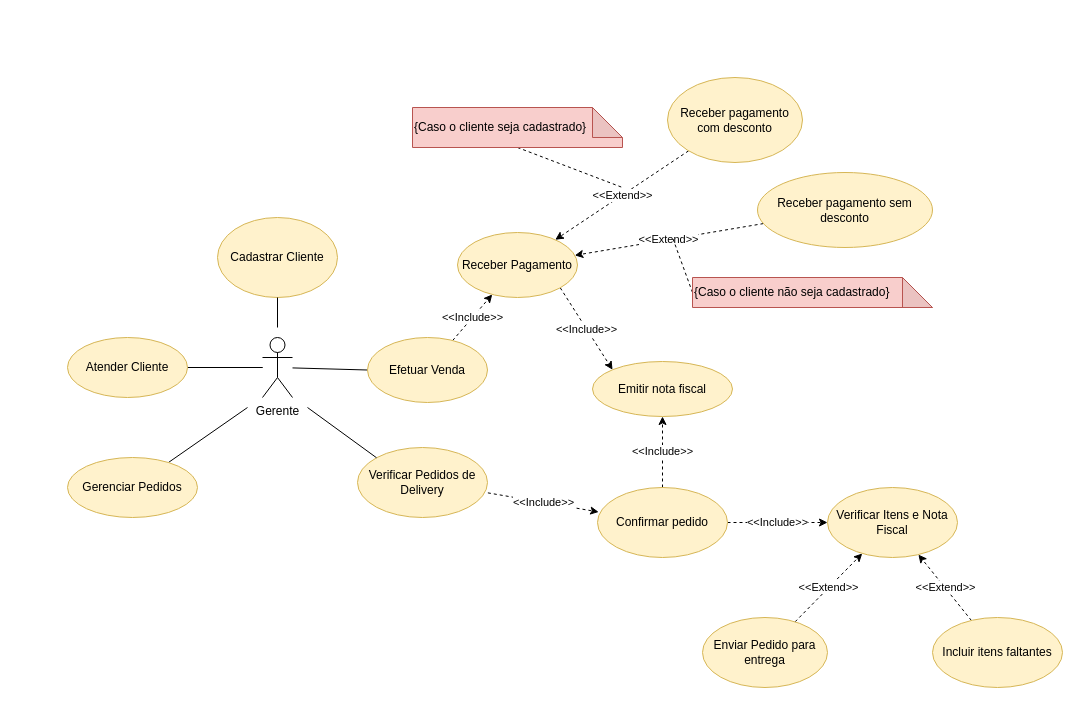
The draw.io diagram Untitled Diagram.drawio in voteprogramablz/bpp_corp, before the edit. Source tidied: cells renumbered, new cells numbered last; positions are measured from the earlier drawing's top-left corner, leaving out a move shared by most shapes. Both pictures are drawn from the tidied source at 100%, with x=0, y=0 at pixel (67, 77).
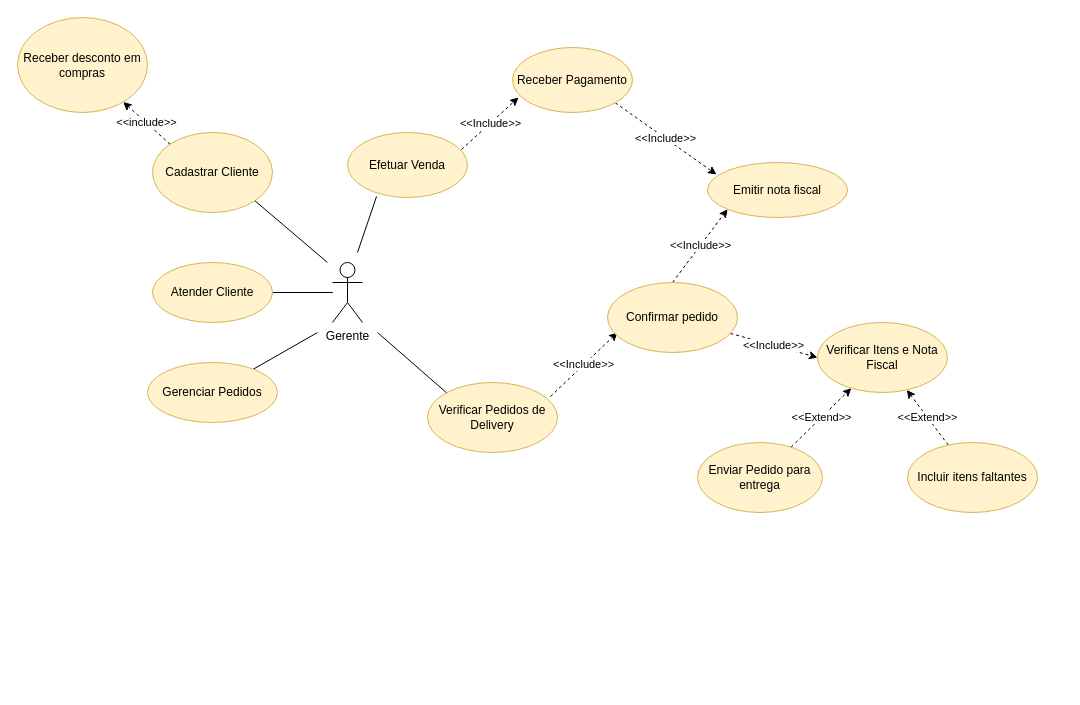
The same diagram, later.

What changed in the source:
```diff
@@
     <mxCell id="2" value="Cadastrar Cliente" style="ellipse;whiteSpace=wrap;html=1;fillColor=#fff2cc;strokeColor=#d6b656;" parent="1" vertex="1">
-      <mxGeometry x="150" y="140" width="120" height="80" as="geometry" />
+      <mxGeometry x="85" y="55" width="120" height="80" as="geometry" />
     </mxCell>
-    <mxCell id="3" value="&amp;lt;&amp;lt;Include&amp;gt;&amp;gt;" style="edgeStyle=none;rounded=0;jettySize=auto;html=1;exitX=1.003;exitY=0.648;exitDx=0;exitDy=0;entryX=0.009;entryY=0.35;entryDx=0;entryDy=0;dashed=1;startArrow=none;startFill=0;endArrow=classic;endFill=1;exitPerimeter=0;entryPerimeter=0;" parent="1" edge="1" source="4" target="28">
-      <mxGeometry relative="1" as="geometry" />
+    <mxCell id="3" value="&amp;lt;&amp;lt;Include&amp;gt;&amp;gt;" style="edgeStyle=none;rounded=0;jettySize=auto;html=1;exitX=0.946;exitY=0.2;exitDx=0;exitDy=0;dashed=1;startArrow=none;startFill=0;endArrow=classic;endFill=1;exitPerimeter=0;" parent="1" edge="1" source="4">
+      <mxGeometry relative="1" as="geometry">
+        <mxPoint x="550" y="255" as="targetPoint" />
+      </mxGeometry>
     </mxCell>
     <mxCell id="4" value="Verificar Pedidos de Delivery" style="ellipse;whiteSpace=wrap;html=1;fillColor=#fff2cc;strokeColor=#d6b656;" parent="1" vertex="1">
-      <mxGeometry x="290" y="370" width="130" height="70" as="geometry" />
+      <mxGeometry x="360" y="305" width="130" height="70" as="geometry" />
     </mxCell>
@@
     <mxCell id="7" value="Verificar Itens e Nota Fiscal" style="ellipse;whiteSpace=wrap;html=1;fillColor=#fff2cc;strokeColor=#d6b656;" parent="1" vertex="1">
-      <mxGeometry x="760" y="410" width="130" height="70" as="geometry" />
+      <mxGeometry x="750" y="245" width="130" height="70" as="geometry" />
     </mxCell>
     <mxCell id="8" value="Emitir nota fiscal" style="ellipse;whiteSpace=wrap;html=1;fillColor=#fff2cc;strokeColor=#d6b656;" parent="1" vertex="1">
-      <mxGeometry x="525" y="284" width="140" height="55" as="geometry" />
+      <mxGeometry x="640" y="85" width="140" height="55" as="geometry" />
     </mxCell>
-    <mxCell id="9" style="rounded=0;jettySize=auto;html=1;entryX=0.5;entryY=1;entryDx=0;entryDy=0;endArrow=none;endFill=0;" parent="1" edge="1" target="2">
+    <mxCell id="9" style="rounded=0;jettySize=auto;html=1;entryX=1;entryY=1;entryDx=0;entryDy=0;endArrow=none;endFill=0;" parent="1" edge="1" target="2">
       <mxGeometry relative="1" as="geometry">
-        <mxPoint x="210" y="250" as="sourcePoint" />
+        <mxPoint x="260" y="185" as="sourcePoint" />
       </mxGeometry>
     </mxCell>
-    <mxCell id="10" style="edgeStyle=none;rounded=0;jettySize=auto;html=1;endArrow=none;endFill=0;entryX=0;entryY=0.5;entryDx=0;entryDy=0;" parent="1" edge="1" source="13" target="16">
-      <mxGeometry relative="1" as="geometry" />
+    <mxCell id="10" style="edgeStyle=none;rounded=0;jettySize=auto;html=1;endArrow=none;endFill=0;entryX=0.242;entryY=0.985;entryDx=0;entryDy=0;entryPerimeter=0;" parent="1" edge="1" target="16">
+      <mxGeometry relative="1" as="geometry">
+        <mxPoint x="290" y="175" as="sourcePoint" />
+      </mxGeometry>
     </mxCell>
     <mxCell id="11" style="edgeStyle=none;rounded=0;jettySize=auto;html=1;entryX=0;entryY=0;entryDx=0;entryDy=0;endArrow=none;endFill=0;" parent="1" edge="1" target="4">
       <mxGeometry relative="1" as="geometry">
-        <mxPoint x="240" y="330" as="sourcePoint" />
+        <mxPoint x="310" y="255" as="sourcePoint" />
       </mxGeometry>
     </mxCell>
     <mxCell id="12" style="edgeStyle=none;rounded=0;jettySize=auto;html=1;startArrow=none;startFill=0;endArrow=none;endFill=0;" parent="1" edge="1" target="32">
       <mxGeometry relative="1" as="geometry">
-        <mxPoint x="180" y="330" as="sourcePoint" />
+        <mxPoint x="250" y="255" as="sourcePoint" />
       </mxGeometry>
     </mxCell>
     <mxCell id="13" value="Gerente" style="shape=umlActor;verticalLabelPosition=bottom;verticalAlign=top;html=1;outlineConnect=0;" parent="1" vertex="1">
-      <mxGeometry x="195" y="260" width="30" height="60" as="geometry" />
+      <mxGeometry x="265" y="185" width="30" height="60" as="geometry" />
     </mxCell>
-    <mxCell id="14" value="&amp;lt;&amp;lt;Include&amp;gt;&amp;gt;" style="edgeStyle=none;rounded=0;jettySize=auto;html=1;exitX=1;exitY=1;exitDx=0;exitDy=0;entryX=0;entryY=0;entryDx=0;entryDy=0;endArrow=classic;endFill=1;dashed=1;" parent="1" edge="1" source="19" target="8">
+    <mxCell id="14" value="&amp;lt;&amp;lt;Include&amp;gt;&amp;gt;" style="edgeStyle=none;rounded=0;jettySize=auto;html=1;exitX=1;exitY=1;exitDx=0;exitDy=0;entryX=0.064;entryY=0.218;entryDx=0;entryDy=0;endArrow=classic;endFill=1;dashed=1;entryPerimeter=0;" parent="1" edge="1" source="19" target="8">
       <mxGeometry relative="1" as="geometry" />
     </mxCell>
-    <mxCell id="15" value="&amp;lt;&amp;lt;Include&amp;gt;&amp;gt;" style="edgeStyle=none;rounded=0;jettySize=auto;html=1;dashed=1;endArrow=classic;endFill=1;" parent="1" edge="1" source="16" target="19">
+    <mxCell id="15" value="&amp;lt;&amp;lt;Include&amp;gt;&amp;gt;" style="edgeStyle=none;rounded=0;jettySize=auto;html=1;dashed=1;endArrow=classic;endFill=1;exitX=0.95;exitY=0.262;exitDx=0;exitDy=0;exitPerimeter=0;entryX=0.05;entryY=0.769;entryDx=0;entryDy=0;entryPerimeter=0;" parent="1" edge="1" source="16" target="19">
       <mxGeometry relative="1" as="geometry" />
     </mxCell>
     <mxCell id="16" value="Efetuar Venda" style="ellipse;whiteSpace=wrap;html=1;fillColor=#fff2cc;strokeColor=#d6b656;" parent="1" vertex="1">
-      <mxGeometry x="300" y="260" width="120" height="65" as="geometry" />
+      <mxGeometry x="280" y="55" width="120" height="65" as="geometry" />
     </mxCell>
-    <mxCell id="17" value="&amp;lt;&amp;lt;Extend&amp;gt;&amp;gt;" style="edgeStyle=none;rounded=0;jettySize=auto;html=1;dashed=1;endArrow=classic;endFill=1;" parent="1" edge="1" source="20" target="19">
-      <mxGeometry relative="1" as="geometry" />
-    </mxCell>
-    <mxCell id="18" value="&amp;lt;&amp;lt;Extend&amp;gt;&amp;gt;" style="edgeStyle=none;rounded=0;jettySize=auto;html=1;dashed=1;endArrow=classic;endFill=1;" parent="1" edge="1" source="21" target="19">
+    <mxCell id="18" value="&amp;lt;&amp;lt;include&amp;gt;&amp;gt;" style="edgeStyle=none;rounded=0;jettySize=auto;html=1;dashed=1;endArrow=classic;endFill=1;exitX=0;exitY=0;exitDx=0;exitDy=0;" parent="1" edge="1" source="2" target="21">
       <mxGeometry relative="1" as="geometry" />
     </mxCell>
     <mxCell id="19" value="Receber Pagamento" style="ellipse;whiteSpace=wrap;html=1;fillColor=#fff2cc;strokeColor=#d6b656;" parent="1" vertex="1">
-      <mxGeometry x="390" y="155" width="120" height="65" as="geometry" />
+      <mxGeometry x="445" y="-30" width="120" height="65" as="geometry" />
     </mxCell>
-    <mxCell id="20" value="Receber pagamento com desconto" style="ellipse;whiteSpace=wrap;html=1;fillColor=#fff2cc;strokeColor=#d6b656;" parent="1" vertex="1">
-      <mxGeometry x="600" width="135" height="85" as="geometry" />
-    </mxCell>
-    <mxCell id="21" value="Receber pagamento sem desconto" style="ellipse;whiteSpace=wrap;html=1;fillColor=#fff2cc;strokeColor=#d6b656;" parent="1" vertex="1">
-      <mxGeometry x="690" y="95" width="175" height="75" as="geometry" />
+    <mxCell id="21" value="Receber desconto em compras" style="ellipse;whiteSpace=wrap;html=1;fillColor=#fff2cc;strokeColor=#d6b656;" parent="1" vertex="1">
+      <mxGeometry x="-50" y="-60" width="130" height="95" as="geometry" />
     </mxCell>
-    <mxCell id="22" style="edgeStyle=none;rounded=0;jettySize=auto;html=1;exitX=0.5;exitY=1;exitDx=0;exitDy=0;exitPerimeter=0;dashed=1;endArrow=none;endFill=0;" parent="1" edge="1" source="23">
-      <mxGeometry relative="1" as="geometry">
-        <mxPoint x="555" y="110" as="targetPoint" />
-      </mxGeometry>
-    </mxCell>
-    <mxCell id="23" value="{Caso o cliente seja cadastrado}" style="shape=note;whiteSpace=wrap;html=1;backgroundOutline=1;darkOpacity=0.05;fillColor=#f8cecc;strokeColor=#b85450;align=left;verticalAlign=middle;" parent="1" vertex="1">
-      <mxGeometry x="345" y="30" width="210" height="40" as="geometry" />
-    </mxCell>
-    <mxCell id="24" style="edgeStyle=none;rounded=0;jettySize=auto;html=1;exitX=0;exitY=0.5;exitDx=0;exitDy=0;exitPerimeter=0;dashed=1;endArrow=none;endFill=0;" parent="1" edge="1" source="25">
-      <mxGeometry relative="1" as="geometry">
-        <mxPoint x="605" y="160" as="targetPoint" />
-      </mxGeometry>
-    </mxCell>
-    <mxCell id="25" value="{Caso o cliente não seja cadastrado}" style="shape=note;whiteSpace=wrap;html=1;backgroundOutline=1;darkOpacity=0.05;fillColor=#f8cecc;strokeColor=#b85450;align=left;" parent="1" vertex="1">
-      <mxGeometry x="625" y="200" width="240" height="30" as="geometry" />
-    </mxCell>
-    <mxCell id="26" value="&amp;lt;&amp;lt;Include&amp;gt;&amp;gt;" style="edgeStyle=none;rounded=0;jettySize=auto;html=1;exitX=0.5;exitY=0;exitDx=0;exitDy=0;dashed=1;endArrow=classic;endFill=1;entryX=0.5;entryY=1;entryDx=0;entryDy=0;" parent="1" edge="1" source="28" target="8">
+    <mxCell id="26" value="&amp;lt;&amp;lt;Include&amp;gt;&amp;gt;" style="edgeStyle=none;rounded=0;jettySize=auto;html=1;exitX=0.5;exitY=0;exitDx=0;exitDy=0;dashed=1;endArrow=classic;endFill=1;entryX=0;entryY=1;entryDx=0;entryDy=0;" parent="1" edge="1" source="28" target="8">
       <mxGeometry relative="1" as="geometry" />
     </mxCell>
-    <mxCell id="27" value="&amp;lt;&amp;lt;Include&amp;gt;&amp;gt;" style="edgeStyle=none;rounded=0;jettySize=auto;html=1;exitX=1;exitY=0.5;exitDx=0;exitDy=0;entryX=0;entryY=0.5;entryDx=0;entryDy=0;dashed=1;startArrow=none;startFill=0;endArrow=classic;endFill=1;" parent="1" edge="1" source="28" target="7">
+    <mxCell id="27" value="&amp;lt;&amp;lt;Include&amp;gt;&amp;gt;" style="edgeStyle=none;rounded=0;jettySize=auto;html=1;entryX=0;entryY=0.5;entryDx=0;entryDy=0;dashed=1;startArrow=none;startFill=0;endArrow=classic;endFill=1;" parent="1" edge="1" source="28" target="7">
       <mxGeometry relative="1" as="geometry" />
     </mxCell>
     <mxCell id="28" value="Confirmar pedido" style="ellipse;whiteSpace=wrap;html=1;fillColor=#fff2cc;strokeColor=#d6b656;" parent="1" vertex="1">
-      <mxGeometry x="530" y="410" width="130" height="70" as="geometry" />
+      <mxGeometry x="540" y="205" width="130" height="70" as="geometry" />
     </mxCell>
@@
     <mxCell id="31" value="Atender Cliente" style="ellipse;whiteSpace=wrap;html=1;verticalAlign=middle;fillColor=#fff2cc;strokeColor=#d6b656;" parent="1" vertex="1">
-      <mxGeometry y="260" width="120" height="60" as="geometry" />
+      <mxGeometry x="85" y="185" width="120" height="60" as="geometry" />
     </mxCell>
     <mxCell id="32" value="Gerenciar Pedidos" style="ellipse;whiteSpace=wrap;html=1;verticalAlign=middle;fillColor=#fff2cc;strokeColor=#d6b656;" parent="1" vertex="1">
-      <mxGeometry y="380" width="130" height="60" as="geometry" />
+      <mxGeometry x="80" y="285" width="130" height="60" as="geometry" />
     </mxCell>
     <mxCell id="33" value="Enviar Pedido para entrega" style="ellipse;whiteSpace=wrap;html=1;strokeColor=#d6b656;fillColor=#fff2cc;" parent="1" vertex="1">
-      <mxGeometry x="635" y="540" width="125" height="70" as="geometry" />
+      <mxGeometry x="630" y="365" width="125" height="70" as="geometry" />
     </mxCell>
     <mxCell id="34" value="Incluir itens faltantes" style="ellipse;whiteSpace=wrap;html=1;fillColor=#fff2cc;strokeColor=#d6b656;" parent="1" vertex="1">
-      <mxGeometry x="865" y="540" width="130" height="70" as="geometry" />
+      <mxGeometry x="840" y="365" width="130" height="70" as="geometry" />
     </mxCell>
```
